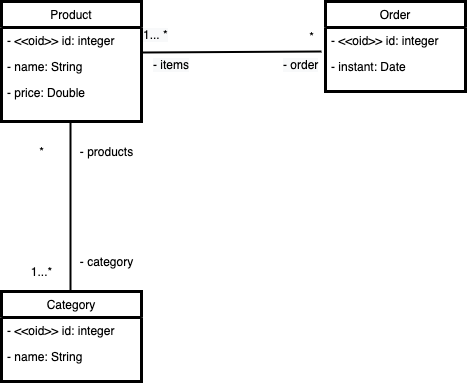
Earlier version of the draw.io export conceptual-model .png (Relesi/class-diagram). Source tidied: cells renumbered, new cells last; positions are measured from the earlier drawing's top-left corner, leaving out a move shared by most shapes.
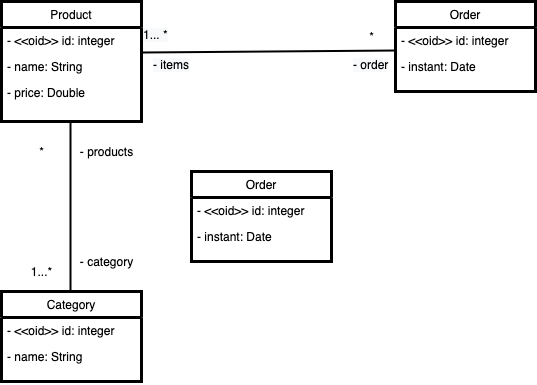
After the commit.

Commit message:
impl with tools

Diff of the diagram source:
```diff
@@ -44,7 +44,7 @@
       <mxGeometry x="20" y="260" width="40" height="20" as="geometry" />
     </mxCell>
     <mxCell id="14" value="Order" style="swimlane;fontStyle=0;horizontal=1;startSize=26;fillColor=none;strokeWidth=3;" parent="1" vertex="1">
-      <mxGeometry x="324" width="140" height="90" as="geometry" />
+      <mxGeometry x="394" width="140" height="90" as="geometry" />
     </mxCell>
     <mxCell id="15" value="- &lt;&lt;oid&gt;&gt; id: integer" style="text;strokeColor=none;fillColor=none;align=left;verticalAlign=top;spacingLeft=4;spacingRight=4;overflow=hidden;points=[[0,0.5],[1,0.5]];portConstraint=eastwest;" parent="14" vertex="1">
       <mxGeometry y="26" width="140" height="26" as="geometry" />
@@ -55,25 +55,32 @@
     <mxCell id="17" style="edgeStyle=none;rounded=1;sketch=0;orthogonalLoop=1;jettySize=auto;html=1;exitX=0.75;exitY=0;exitDx=0;exitDy=0;strokeWidth=2;" parent="1" edge="1" source="6" target="6">
       <mxGeometry relative="1" as="geometry" />
     </mxCell>
-    <mxCell id="18" style="endArrow=none;html=1;strokeWidth=2;exitX=1;exitY=0.962;exitDx=0;exitDy=0;exitPerimeter=0;" parent="1" edge="1" source="3">
-      <mxGeometry relative="1" as="geometry">
-        <mxPoint x="320" y="50" as="targetPoint" />
-      </mxGeometry>
+    <mxCell id="18" style="endArrow=none;html=1;strokeWidth=2;exitX=1;exitY=0.962;exitDx=0;exitDy=0;exitPerimeter=0;entryX=0;entryY=0.885;entryDx=0;entryDy=0;entryPerimeter=0;" parent="1" edge="1" source="3" target="15">
+      <mxGeometry relative="1" as="geometry" />
     </mxCell>
     <mxCell id="19" value="&lt;span style=&quot;color: rgb(0 , 0 , 0) ; font-family: &amp;#34;helvetica&amp;#34; ; font-size: 12px ; font-style: normal ; font-weight: 400 ; letter-spacing: normal ; text-align: center ; text-indent: 0px ; text-transform: none ; word-spacing: 0px ; background-color: rgb(248 , 249 , 250) ; display: inline ; float: none&quot;&gt;- items&lt;/span&gt;" style="text;whiteSpace=wrap;html=1;" parent="1" vertex="1">
       <mxGeometry x="150" y="50" width="80" height="30" as="geometry" />
     </mxCell>
     <mxCell id="20" value="&lt;span style=&quot;color: rgb(0 , 0 , 0) ; font-family: &amp;#34;helvetica&amp;#34; ; font-size: 12px ; font-style: normal ; font-weight: 400 ; letter-spacing: normal ; text-align: center ; text-indent: 0px ; text-transform: none ; word-spacing: 0px ; background-color: rgb(248 , 249 , 250) ; display: inline ; float: none&quot;&gt;- order&lt;/span&gt;" style="text;whiteSpace=wrap;html=1;" parent="1" vertex="1">
-      <mxGeometry x="280" y="50" width="40" height="30" as="geometry" />
+      <mxGeometry x="350" y="50" width="40" height="30" as="geometry" />
     </mxCell>
     <mxCell id="21" value="&lt;span style=&quot;color: rgb(0 , 0 , 0) ; font-family: &amp;#34;helvetica&amp;#34; ; font-size: 12px ; font-style: normal ; font-weight: 400 ; letter-spacing: normal ; text-align: center ; text-indent: 0px ; text-transform: none ; word-spacing: 0px ; background-color: rgb(248 , 249 , 250) ; display: inline ; float: none&quot;&gt;1... *&lt;/span&gt;" style="text;whiteSpace=wrap;html=1;" parent="1" vertex="1">
       <mxGeometry x="140" y="20" width="80" height="30" as="geometry" />
     </mxCell>
     <mxCell id="22" value="*" style="text;html=1;align=center;verticalAlign=middle;strokeColor=none;" parent="1" vertex="1">
-      <mxGeometry x="300" y="25" width="20" height="20" as="geometry" />
+      <mxGeometry x="360" y="25" width="20" height="20" as="geometry" />
     </mxCell>
     <mxCell id="23" style="edgeStyle=none;rounded=1;sketch=0;orthogonalLoop=1;jettySize=auto;html=1;exitX=1;exitY=0.25;exitDx=0;exitDy=0;strokeWidth=2;" parent="1" edge="1" source="20" target="20">
       <mxGeometry relative="1" as="geometry" />
     </mxCell>
+    <mxCell id="24" value="Order" style="swimlane;fontStyle=0;horizontal=1;startSize=26;fillColor=none;strokeWidth=3;" parent="1" vertex="1">
+      <mxGeometry x="190" y="170" width="140" height="90" as="geometry" />
+    </mxCell>
+    <mxCell id="25" value="- &lt;&lt;oid&gt;&gt; id: integer" style="text;strokeColor=none;fillColor=none;align=left;verticalAlign=top;spacingLeft=4;spacingRight=4;overflow=hidden;" parent="24" vertex="1">
+      <mxGeometry y="26" width="140" height="26" as="geometry" />
+    </mxCell>
+    <mxCell id="26" value="- instant: Date " style="text;strokeColor=none;fillColor=none;align=left;verticalAlign=top;spacingLeft=4;spacingRight=4;overflow=hidden;" parent="24" vertex="1">
+      <mxGeometry y="52" width="140" height="38" as="geometry" />
+    </mxCell>
   </root>
 </mxGraphModel>
```
